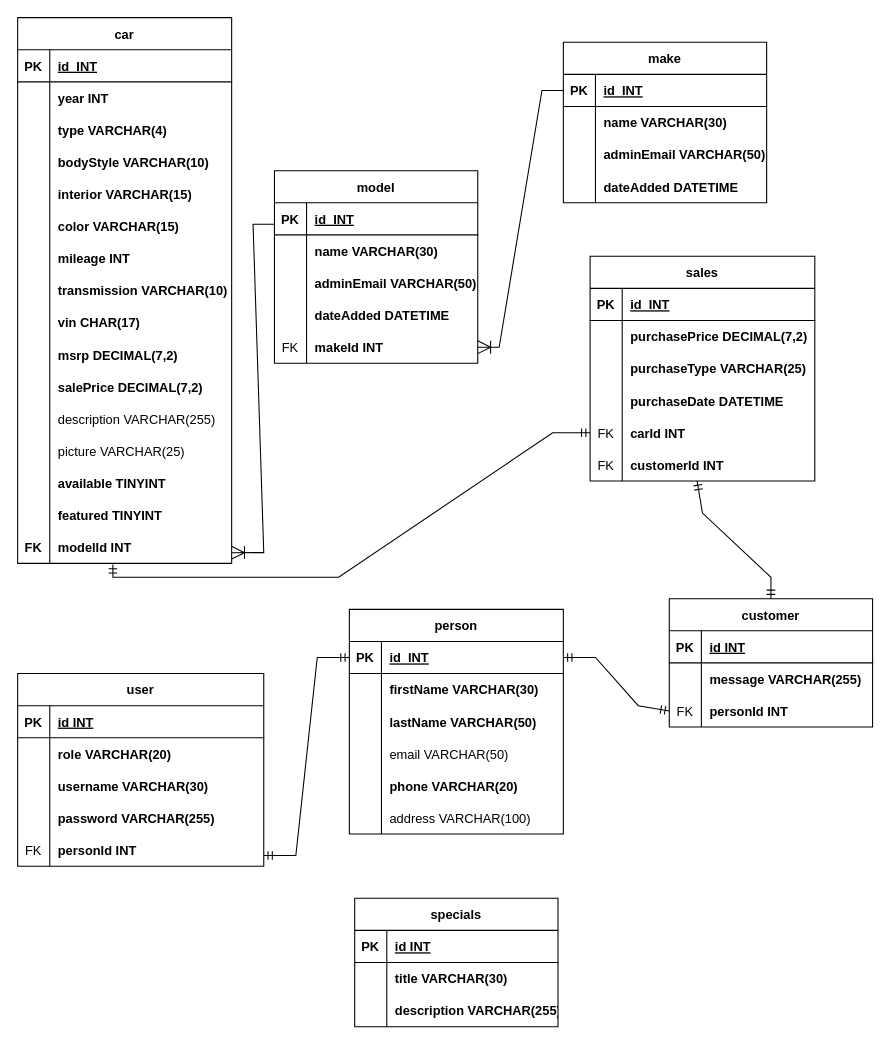
Before: carDealerShipERD.drawio in josephc2195/CarDealership, a draw.io diagram. Source tidied: cells renumbered, new cells numbered last; positions are measured from the earlier drawing's top-left corner, leaving out a move shared by most shapes. Both pictures are drawn from the tidied source at 107%, with x=0, y=0 at pixel (17, 17).
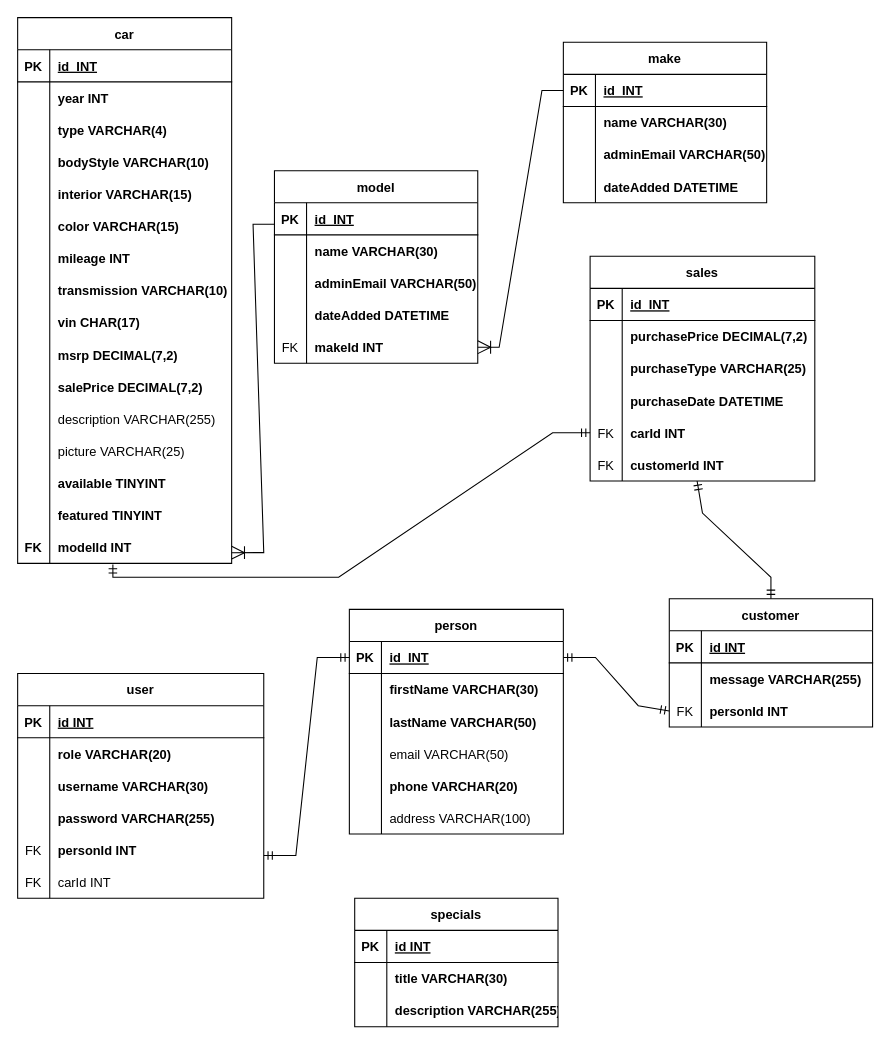
Above is the later version.

What changed in the source:
```diff
@@
     <mxCell id="70" value="user" style="shape=table;startSize=30;childLayout=tableLayout;rowLines=0;fontStyle=1;align=center;" parent="1" vertex="1">
-      <mxGeometry y="613" width="230" height="180" as="geometry" />
+      <mxGeometry y="613" width="230" height="210" as="geometry" />
     </mxCell>
@@
+    <mxCell id="160" style="shape=tableRow;horizontal=0;startSize=0;swimlaneHead=0;swimlaneBody=0;fillColor=none;top=0;left=0;right=0;bottom=0;fontStyle=0;" parent="70" vertex="1">
+      <mxGeometry y="180" width="230" height="30" as="geometry" />
+    </mxCell>
+    <mxCell id="161" value="FK" style="shape=partialRectangle;fillColor=none;top=0;left=0;bottom=0;right=0;overflow=hidden;" parent="160" vertex="1">
+      <mxGeometry width="30" height="30" as="geometry" />
+    </mxCell>
+    <mxCell id="162" value="carId INT" style="shape=partialRectangle;fillColor=none;top=0;left=0;bottom=0;right=0;align=left;spacingLeft=6;overflow=hidden;fontStyle=0;" parent="160" vertex="1">
+      <mxGeometry x="30" width="200" height="30" as="geometry" />
+    </mxCell>
```
